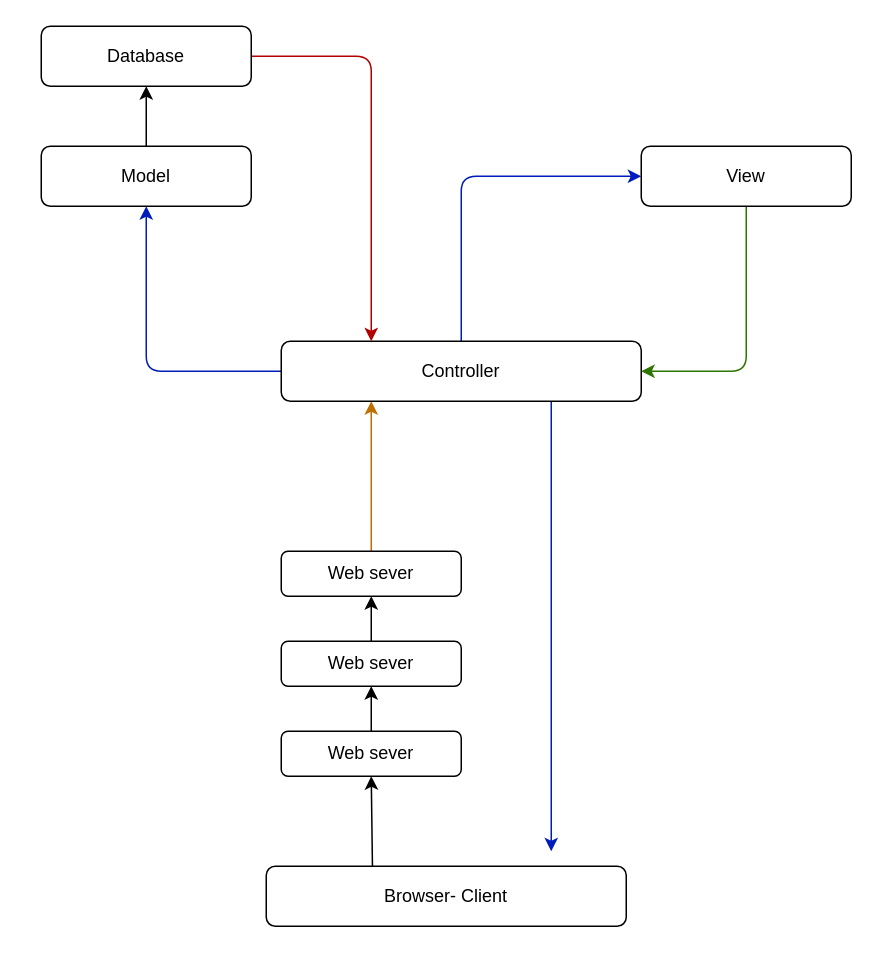
VoVanToan26/NodeJsBlog keeps this draw.io diagram as MVC.drawio. Above is the earlier version. Source tidied: cells renumbered, new cells numbered last; positions are measured from the earlier drawing's top-left corner, leaving out a move shared by most shapes. Both pictures are drawn from the tidied source at 150%, with x=0, y=0 at pixel (40, 26).
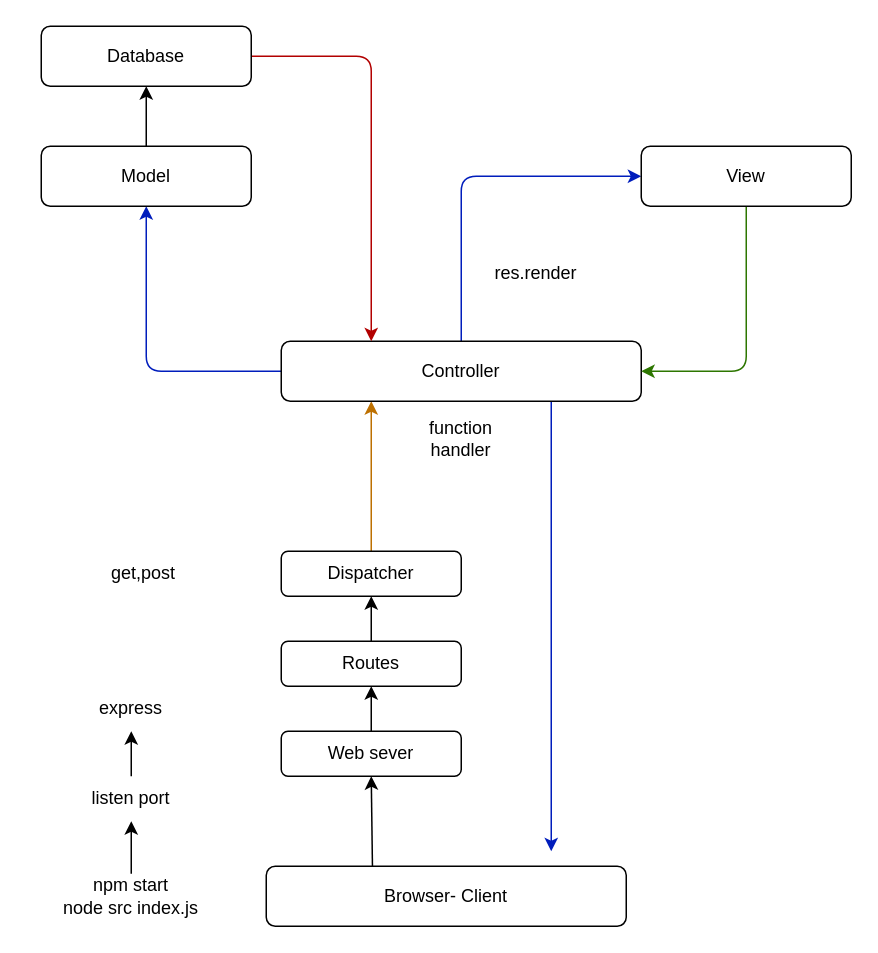
Above is the later version.

Commit message (it also covers changes not shown here):
[MVC] Routes & Controllers

The edit, as a diff of the source:
```diff
@@
-    <mxCell id="7" value="Web sever" style="rounded=1;whiteSpace=wrap;html=1;" parent="1" vertex="1">
+    <mxCell id="7" value="Routes" style="rounded=1;whiteSpace=wrap;html=1;" parent="1" vertex="1">
       <mxGeometry x="160" y="410" width="120" height="30" as="geometry" />
     </mxCell>
@@
-    <mxCell id="9" value="Web sever" style="rounded=1;whiteSpace=wrap;html=1;" parent="1" vertex="1">
+    <mxCell id="9" value="Dispatcher" style="rounded=1;whiteSpace=wrap;html=1;" parent="1" vertex="1">
       <mxGeometry x="160" y="350" width="120" height="30" as="geometry" />
     </mxCell>
@@
+    <mxCell id="20" style="edgeStyle=none;html=1;" parent="1" edge="1" source="21" target="23">
+      <mxGeometry relative="1" as="geometry" />
+    </mxCell>
+    <mxCell id="21" value="npm start&lt;br&gt;node src index.js&lt;br&gt;" style="text;html=1;strokeColor=none;fillColor=none;align=center;verticalAlign=middle;whiteSpace=wrap;rounded=0;" parent="1" vertex="1">
+      <mxGeometry x="-10" y="565" width="140" height="30" as="geometry" />
+    </mxCell>
+    <mxCell id="22" style="edgeStyle=none;html=1;" parent="1" edge="1" source="23" target="24">
+      <mxGeometry relative="1" as="geometry" />
+    </mxCell>
+    <mxCell id="23" value="listen port" style="text;html=1;strokeColor=none;fillColor=none;align=center;verticalAlign=middle;whiteSpace=wrap;rounded=0;" parent="1" vertex="1">
+      <mxGeometry x="30" y="500" width="60" height="30" as="geometry" />
+    </mxCell>
+    <mxCell id="24" value="express" style="text;html=1;strokeColor=none;fillColor=none;align=center;verticalAlign=middle;whiteSpace=wrap;rounded=0;" parent="1" vertex="1">
+      <mxGeometry x="30" y="440" width="60" height="30" as="geometry" />
+    </mxCell>
+    <mxCell id="25" value="get,post&amp;nbsp;" style="text;html=1;strokeColor=none;fillColor=none;align=center;verticalAlign=middle;whiteSpace=wrap;rounded=0;" parent="1" vertex="1">
+      <mxGeometry x="40" y="350" width="60" height="30" as="geometry" />
+    </mxCell>
+    <mxCell id="26" value="function handler" style="text;html=1;strokeColor=none;fillColor=none;align=center;verticalAlign=middle;whiteSpace=wrap;rounded=0;" parent="1" vertex="1">
+      <mxGeometry x="250" y="260" width="60" height="30" as="geometry" />
+    </mxCell>
+    <mxCell id="27" value="res.render" style="text;html=1;strokeColor=none;fillColor=none;align=center;verticalAlign=middle;whiteSpace=wrap;rounded=0;" parent="1" vertex="1">
+      <mxGeometry x="300" y="150" width="60" height="30" as="geometry" />
+    </mxCell>
```
